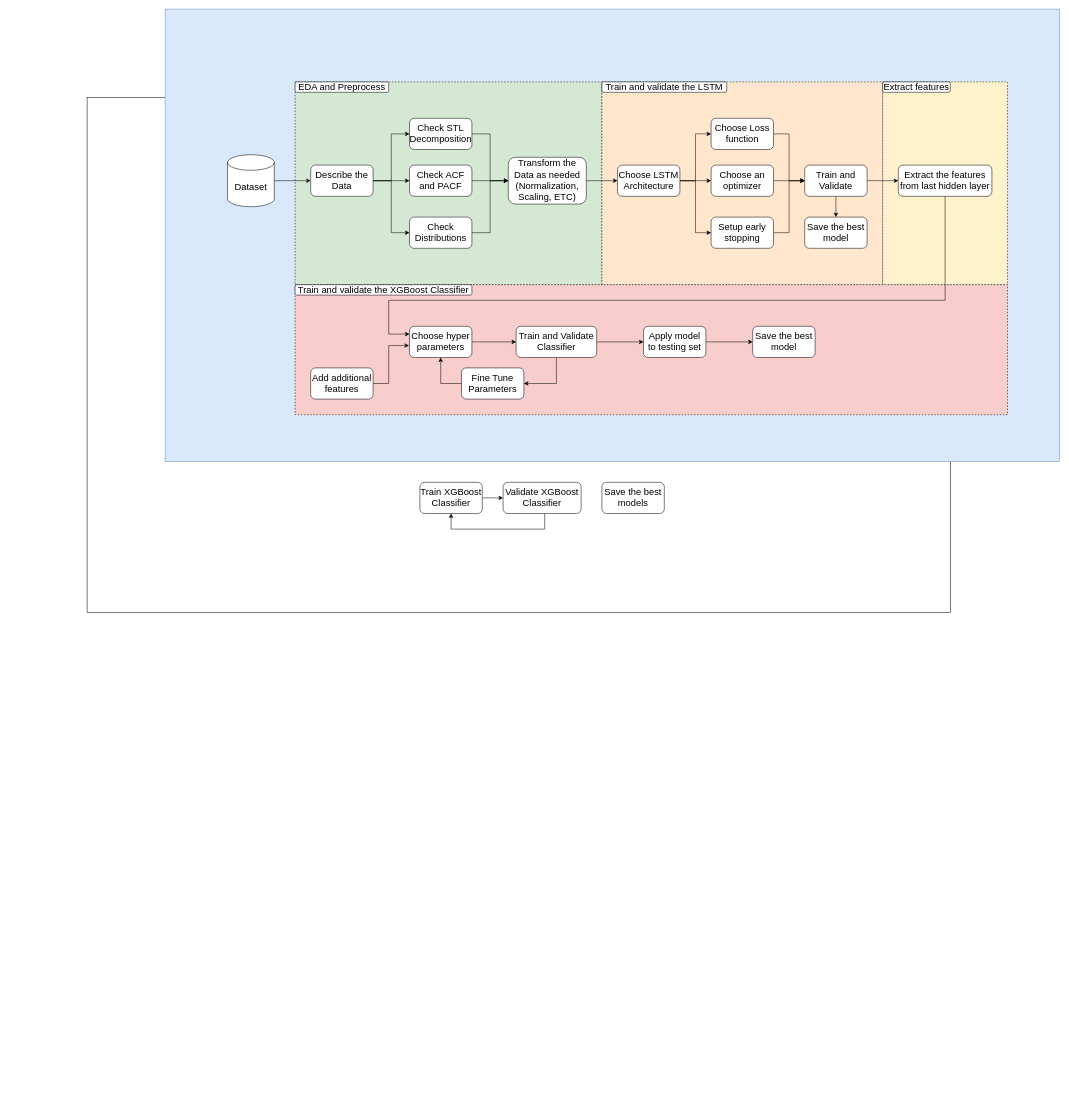
AtanasKolevNBU/PhD keeps this draw.io diagram as page "Low_Level_Methodology" (2 of 3) of Diagrams/FeatureExtraction.drawio. Above is the earlier version. Source tidied: cells renumbered, new cells numbered last; positions are measured from the earlier drawing's top-left corner, leaving out a move shared by most shapes. Both pictures are drawn from the tidied source at 52%, with x=0, y=0 at pixel (87, 9).
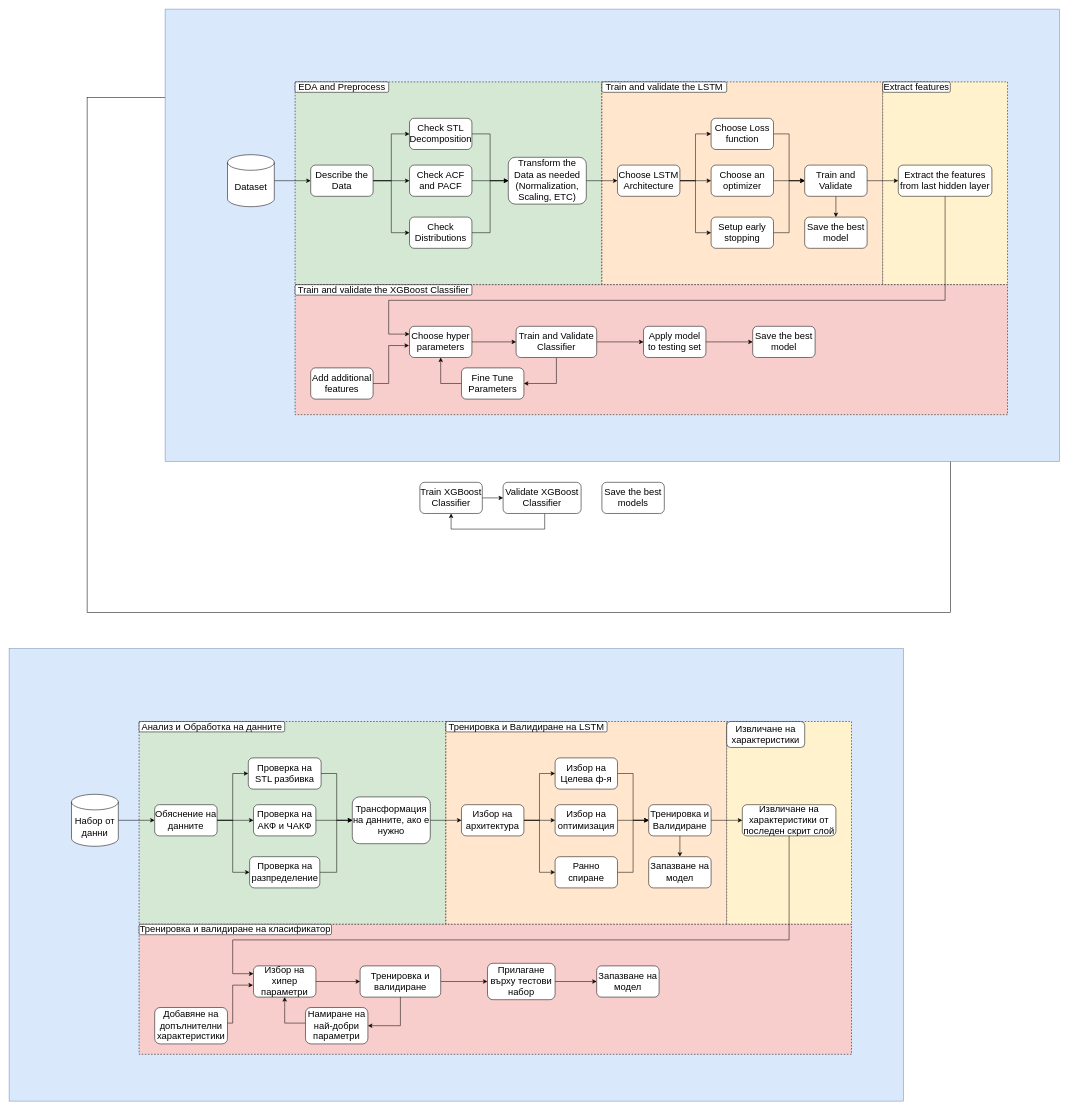
Above is the later version.

The edit, as a diff of the source:
```diff
@@
+    <mxCell id="59" style="rounded=0;whiteSpace=wrap;html=1;fillColor=#dae8fc;strokeColor=#6c8ebf;" parent="1" vertex="1">
+      <mxGeometry x="-150" y="1230" width="1720" height="870" as="geometry" />
+    </mxCell>
+    <mxCell id="60" style="rounded=0;whiteSpace=wrap;html=1;fillColor=#d5e8d4;strokeColor=#000000;dashed=1;" parent="1" vertex="1">
+      <mxGeometry x="100" y="1370" width="590" height="390" as="geometry" />
+    </mxCell>
+    <mxCell id="61" style="edgeStyle=orthogonalEdgeStyle;rounded=0;orthogonalLoop=1;jettySize=auto;html=1;entryX=0;entryY=0.5;entryDx=0;entryDy=0;" parent="1" edge="1">
+      <mxGeometry relative="1" as="geometry">
+        <mxPoint x="60" y="1560" as="sourcePoint" />
+        <mxPoint x="130" y="1560" as="targetPoint" />
+      </mxGeometry>
+    </mxCell>
+    <mxCell id="62" style="edgeStyle=orthogonalEdgeStyle;rounded=0;jettySize=auto;html=1;entryX=0;entryY=0.5;entryDx=0;entryDy=0;" parent="1" edge="1" source="65" target="67">
+      <mxGeometry relative="1" as="geometry" />
+    </mxCell>
+    <mxCell id="63" style="edgeStyle=orthogonalEdgeStyle;rounded=0;jettySize=auto;html=1;entryX=0;entryY=0.5;entryDx=0;entryDy=0;" parent="1" edge="1" source="65" target="71">
+      <mxGeometry relative="1" as="geometry">
+        <Array as="points">
+          <mxPoint x="280" y="1560" />
+          <mxPoint x="280" y="1660" />
+        </Array>
+      </mxGeometry>
+    </mxCell>
+    <mxCell id="64" style="edgeStyle=orthogonalEdgeStyle;rounded=0;jettySize=auto;html=1;entryX=0;entryY=0.5;entryDx=0;entryDy=0;" parent="1" edge="1" source="65" target="69">
+      <mxGeometry relative="1" as="geometry" />
+    </mxCell>
+    <mxCell id="65" value="&lt;font style=&quot;font-size: 18px;&quot;&gt;Обяснение на данните&lt;/font&gt;" style="rounded=1;whiteSpace=wrap;html=1;" parent="1" vertex="1">
+      <mxGeometry x="130" y="1530" width="120" height="60" as="geometry" />
+    </mxCell>
+    <mxCell id="66" style="edgeStyle=orthogonalEdgeStyle;rounded=0;jettySize=auto;html=1;entryX=0;entryY=0.5;entryDx=0;entryDy=0;" parent="1" edge="1" source="67" target="72">
+      <mxGeometry relative="1" as="geometry" />
+    </mxCell>
+    <mxCell id="67" value="&lt;span style=&quot;font-size: 18px;&quot;&gt;Проверка на АКФ и ЧАКФ&lt;/span&gt;" style="rounded=1;whiteSpace=wrap;html=1;" parent="1" vertex="1">
+      <mxGeometry x="320" y="1530" width="120" height="60" as="geometry" />
+    </mxCell>
+    <mxCell id="68" style="edgeStyle=orthogonalEdgeStyle;rounded=0;jettySize=auto;html=1;entryX=0;entryY=0.5;entryDx=0;entryDy=0;" parent="1" edge="1" source="69" target="72">
+      <mxGeometry relative="1" as="geometry" />
+    </mxCell>
+    <mxCell id="69" value="&lt;span style=&quot;font-size: 18px;&quot;&gt;Проверка на STL разбивка&lt;/span&gt;" style="rounded=1;whiteSpace=wrap;html=1;" parent="1" vertex="1">
+      <mxGeometry x="310" y="1440" width="140" height="60" as="geometry" />
+    </mxCell>
+    <mxCell id="70" style="edgeStyle=orthogonalEdgeStyle;rounded=0;jettySize=auto;html=1;entryX=0;entryY=0.5;entryDx=0;entryDy=0;" parent="1" edge="1" source="71" target="72">
+      <mxGeometry relative="1" as="geometry">
+        <Array as="points">
+          <mxPoint x="480" y="1660" />
+          <mxPoint x="480" y="1560" />
+        </Array>
+      </mxGeometry>
+    </mxCell>
+    <mxCell id="71" value="&lt;span style=&quot;font-size: 18px;&quot;&gt;Проверка на разпределение&lt;/span&gt;" style="rounded=1;whiteSpace=wrap;html=1;" parent="1" vertex="1">
+      <mxGeometry x="312.5" y="1630" width="135" height="60" as="geometry" />
+    </mxCell>
+    <mxCell id="72" value="&lt;font style=&quot;font-size: 18px;&quot;&gt;Трансформация на данните, ако е нужно&lt;/font&gt;" style="rounded=1;whiteSpace=wrap;html=1;" parent="1" vertex="1">
+      <mxGeometry x="510" y="1515" width="150" height="90" as="geometry" />
+    </mxCell>
+    <mxCell id="73" value="&lt;font style=&quot;font-size: 18px;&quot;&gt;Анализ и Обработка на данните&lt;/font&gt;" style="rounded=1;whiteSpace=wrap;html=1;" parent="1" vertex="1">
+      <mxGeometry x="100" y="1370" width="280" height="20" as="geometry" />
+    </mxCell>
+    <mxCell id="74" style="rounded=0;whiteSpace=wrap;html=1;fillColor=#ffe6cc;strokeColor=#000000;dashed=1;" parent="1" vertex="1">
+      <mxGeometry x="690" y="1370" width="540" height="390" as="geometry" />
+    </mxCell>
+    <mxCell id="75" value="&lt;font style=&quot;font-size: 18px;&quot;&gt;Тренировка и Валидиране на LSTM&lt;/font&gt;" style="rounded=1;whiteSpace=wrap;html=1;" parent="1" vertex="1">
+      <mxGeometry x="690" y="1370" width="310" height="20" as="geometry" />
+    </mxCell>
+    <mxCell id="76" style="edgeStyle=orthogonalEdgeStyle;rounded=0;jettySize=auto;html=1;entryX=0;entryY=0.5;entryDx=0;entryDy=0;" parent="1" edge="1" source="79" target="82">
+      <mxGeometry relative="1" as="geometry" />
+    </mxCell>
+    <mxCell id="77" style="edgeStyle=orthogonalEdgeStyle;rounded=0;jettySize=auto;html=1;entryX=0;entryY=0.5;entryDx=0;entryDy=0;" parent="1" edge="1" source="79" target="84">
+      <mxGeometry relative="1" as="geometry" />
+    </mxCell>
+    <mxCell id="78" style="edgeStyle=orthogonalEdgeStyle;rounded=0;jettySize=auto;html=1;entryX=0;entryY=0.5;entryDx=0;entryDy=0;" parent="1" edge="1" source="79" target="86">
+      <mxGeometry relative="1" as="geometry" />
+    </mxCell>
+    <mxCell id="79" value="&lt;font style=&quot;font-size: 18px;&quot;&gt;Избор на архитектура&lt;/font&gt;" style="rounded=1;whiteSpace=wrap;html=1;" parent="1" vertex="1">
+      <mxGeometry x="720" y="1530" width="120" height="60" as="geometry" />
+    </mxCell>
+    <mxCell id="80" style="edgeStyle=orthogonalEdgeStyle;rounded=0;jettySize=auto;html=1;entryX=0;entryY=0.5;entryDx=0;entryDy=0;" parent="1" edge="1" source="72" target="79">
+      <mxGeometry relative="1" as="geometry" />
+    </mxCell>
+    <mxCell id="81" style="edgeStyle=orthogonalEdgeStyle;rounded=0;jettySize=auto;html=1;entryX=0;entryY=0.5;entryDx=0;entryDy=0;" parent="1" edge="1" source="82" target="90">
+      <mxGeometry relative="1" as="geometry" />
+    </mxCell>
+    <mxCell id="82" value="&lt;span style=&quot;font-size: 18px;&quot;&gt;Избор на оптимизация&lt;/span&gt;" style="rounded=1;whiteSpace=wrap;html=1;" parent="1" vertex="1">
+      <mxGeometry x="900" y="1530" width="120" height="60" as="geometry" />
+    </mxCell>
+    <mxCell id="83" style="edgeStyle=orthogonalEdgeStyle;rounded=0;jettySize=auto;html=1;entryX=0;entryY=0.5;entryDx=0;entryDy=0;" parent="1" edge="1" source="84" target="90">
+      <mxGeometry relative="1" as="geometry" />
+    </mxCell>
+    <mxCell id="84" value="&lt;font style=&quot;font-size: 18px;&quot;&gt;Избор на Целева ф-я&lt;/font&gt;" style="rounded=1;whiteSpace=wrap;html=1;" parent="1" vertex="1">
+      <mxGeometry x="900" y="1440" width="120" height="60" as="geometry" />
+    </mxCell>
+    <mxCell id="85" style="edgeStyle=orthogonalEdgeStyle;rounded=0;jettySize=auto;html=1;entryX=0;entryY=0.5;entryDx=0;entryDy=0;" parent="1" edge="1" source="86" target="90">
+      <mxGeometry relative="1" as="geometry" />
+    </mxCell>
+    <mxCell id="86" value="&lt;font style=&quot;font-size: 18px;&quot;&gt;Ранно спиране&lt;/font&gt;" style="rounded=1;whiteSpace=wrap;html=1;" parent="1" vertex="1">
+      <mxGeometry x="900" y="1630" width="120" height="60" as="geometry" />
+    </mxCell>
+    <mxCell id="87" style="rounded=0;whiteSpace=wrap;html=1;fillColor=#fff2cc;strokeColor=#000000;dashed=1;" parent="1" vertex="1">
+      <mxGeometry x="1230" y="1370" width="240" height="390" as="geometry" />
+    </mxCell>
+    <mxCell id="88" style="edgeStyle=orthogonalEdgeStyle;rounded=0;jettySize=auto;html=1;entryX=0;entryY=0.5;entryDx=0;entryDy=0;" parent="1" edge="1" source="90" target="91">
+      <mxGeometry relative="1" as="geometry" />
+    </mxCell>
+    <mxCell id="89" style="edgeStyle=orthogonalEdgeStyle;rounded=0;jettySize=auto;html=1;entryX=0.5;entryY=0;entryDx=0;entryDy=0;" parent="1" edge="1" source="90" target="105">
+      <mxGeometry relative="1" as="geometry" />
+    </mxCell>
+    <mxCell id="90" value="&lt;font style=&quot;font-size: 18px;&quot;&gt;Тренировка и Валидиране&lt;/font&gt;" style="rounded=1;whiteSpace=wrap;html=1;" parent="1" vertex="1">
+      <mxGeometry x="1080" y="1530" width="120" height="60" as="geometry" />
+    </mxCell>
+    <mxCell id="91" value="&lt;font style=&quot;font-size: 18px;&quot;&gt;Извличане на характеристики от последен скрит слой&lt;/font&gt;" style="rounded=1;whiteSpace=wrap;html=1;" parent="1" vertex="1">
+      <mxGeometry x="1260" y="1530" width="180" height="60" as="geometry" />
+    </mxCell>
+    <mxCell id="92" value="&lt;span style=&quot;font-size: 18px;&quot;&gt;Извличане на характеристики&lt;/span&gt;" style="rounded=1;whiteSpace=wrap;html=1;" parent="1" vertex="1">
+      <mxGeometry x="1230" y="1370" width="150" height="50" as="geometry" />
+    </mxCell>
+    <mxCell id="93" style="rounded=0;whiteSpace=wrap;html=1;fillColor=#f8cecc;strokeColor=#000000;dashed=1;" parent="1" vertex="1">
+      <mxGeometry x="100" y="1760" width="1370" height="250" as="geometry" />
+    </mxCell>
+    <mxCell id="94" value="&lt;span style=&quot;font-size: 18px;&quot;&gt;Тренировка и валидиране на класификатор&lt;/span&gt;" style="rounded=1;whiteSpace=wrap;html=1;" parent="1" vertex="1">
+      <mxGeometry x="100" y="1760" width="370" height="20" as="geometry" />
+    </mxCell>
+    <mxCell id="95" value="&lt;span style=&quot;font-size: 18px;&quot;&gt;Добавяне на допълнителни характеристики&lt;/span&gt;" style="rounded=1;whiteSpace=wrap;html=1;" parent="1" vertex="1">
+      <mxGeometry x="130" y="1920" width="140" height="70" as="geometry" />
+    </mxCell>
+    <mxCell id="96" style="edgeStyle=orthogonalEdgeStyle;rounded=0;jettySize=auto;html=1;entryX=0;entryY=0.5;entryDx=0;entryDy=0;" parent="1" edge="1" source="97" target="102">
+      <mxGeometry relative="1" as="geometry" />
+    </mxCell>
+    <mxCell id="97" value="&lt;span style=&quot;font-size: 18px;&quot;&gt;Избор на хипер параметри&lt;/span&gt;" style="rounded=1;whiteSpace=wrap;html=1;" parent="1" vertex="1">
+      <mxGeometry x="320" y="1840" width="120" height="60" as="geometry" />
+    </mxCell>
+    <mxCell id="98" style="edgeStyle=orthogonalEdgeStyle;rounded=0;jettySize=auto;html=1;entryX=0;entryY=0.25;entryDx=0;entryDy=0;" parent="1" edge="1" source="91" target="97">
+      <mxGeometry relative="1" as="geometry">
+        <Array as="points">
+          <mxPoint x="1350" y="1790" />
+          <mxPoint x="280" y="1790" />
+          <mxPoint x="280" y="1855" />
+        </Array>
+      </mxGeometry>
+    </mxCell>
+    <mxCell id="99" style="edgeStyle=orthogonalEdgeStyle;rounded=0;jettySize=auto;html=1;entryX=-0.008;entryY=0.617;entryDx=0;entryDy=0;entryPerimeter=0;" parent="1" edge="1" source="95" target="97">
+      <mxGeometry relative="1" as="geometry">
+        <Array as="points">
+          <mxPoint x="280" y="1950" />
+          <mxPoint x="280" y="1877" />
+        </Array>
+      </mxGeometry>
+    </mxCell>
+    <mxCell id="100" style="edgeStyle=orthogonalEdgeStyle;rounded=0;jettySize=auto;html=1;entryX=1;entryY=0.5;entryDx=0;entryDy=0;" parent="1" edge="1" source="102" target="104">
+      <mxGeometry relative="1" as="geometry" />
+    </mxCell>
+    <mxCell id="101" style="edgeStyle=orthogonalEdgeStyle;rounded=0;jettySize=auto;html=1;entryX=0;entryY=0.5;entryDx=0;entryDy=0;" parent="1" edge="1" source="102" target="107">
+      <mxGeometry relative="1" as="geometry" />
+    </mxCell>
+    <mxCell id="102" value="&lt;span style=&quot;font-size: 18px;&quot;&gt;Тренировка и валидиране&lt;/span&gt;" style="rounded=1;whiteSpace=wrap;html=1;" parent="1" vertex="1">
+      <mxGeometry x="525" y="1840" width="155" height="60" as="geometry" />
+    </mxCell>
+    <mxCell id="103" style="edgeStyle=orthogonalEdgeStyle;rounded=0;jettySize=auto;html=1;entryX=0.5;entryY=1;entryDx=0;entryDy=0;" parent="1" edge="1" source="104" target="97">
+      <mxGeometry relative="1" as="geometry">
+        <Array as="points">
+          <mxPoint x="380" y="1950" />
+          <mxPoint x="380" y="1920" />
+          <mxPoint x="380" y="1920" />
+        </Array>
+      </mxGeometry>
+    </mxCell>
+    <mxCell id="104" value="&lt;span style=&quot;font-size: 18px;&quot;&gt;Намиране на най-добри параметри&lt;/span&gt;" style="rounded=1;whiteSpace=wrap;html=1;" parent="1" vertex="1">
+      <mxGeometry x="420" y="1920" width="120" height="70" as="geometry" />
+    </mxCell>
+    <mxCell id="105" value="&lt;span style=&quot;font-size: 18px;&quot;&gt;Запазване на модел&lt;/span&gt;" style="rounded=1;whiteSpace=wrap;html=1;" parent="1" vertex="1">
+      <mxGeometry x="1080" y="1630" width="120" height="60" as="geometry" />
+    </mxCell>
+    <mxCell id="106" style="edgeStyle=orthogonalEdgeStyle;rounded=0;jettySize=auto;html=1;entryX=0;entryY=0.5;entryDx=0;entryDy=0;" parent="1" edge="1" source="107" target="108">
+      <mxGeometry relative="1" as="geometry" />
+    </mxCell>
+    <mxCell id="107" value="&lt;span style=&quot;font-size: 18px;&quot;&gt;Прилагане върху тестови набор&lt;/span&gt;" style="rounded=1;whiteSpace=wrap;html=1;" parent="1" vertex="1">
+      <mxGeometry x="770" y="1835" width="130" height="70" as="geometry" />
+    </mxCell>
+    <mxCell id="108" value="&lt;span style=&quot;font-size: 18px;&quot;&gt;Запазване на модел&lt;/span&gt;" style="rounded=1;whiteSpace=wrap;html=1;" parent="1" vertex="1">
+      <mxGeometry x="980" y="1840" width="120" height="60" as="geometry" />
+    </mxCell>
+    <mxCell id="109" value="&lt;font style=&quot;font-size: 18px;&quot;&gt;Набор от данни&lt;/font&gt;" style="shape=cylinder3;whiteSpace=wrap;html=1;boundedLbl=1;backgroundOutline=1;size=15;" parent="1" vertex="1">
+      <mxGeometry x="-30" y="1510" width="90" height="100" as="geometry" />
+    </mxCell>
```
